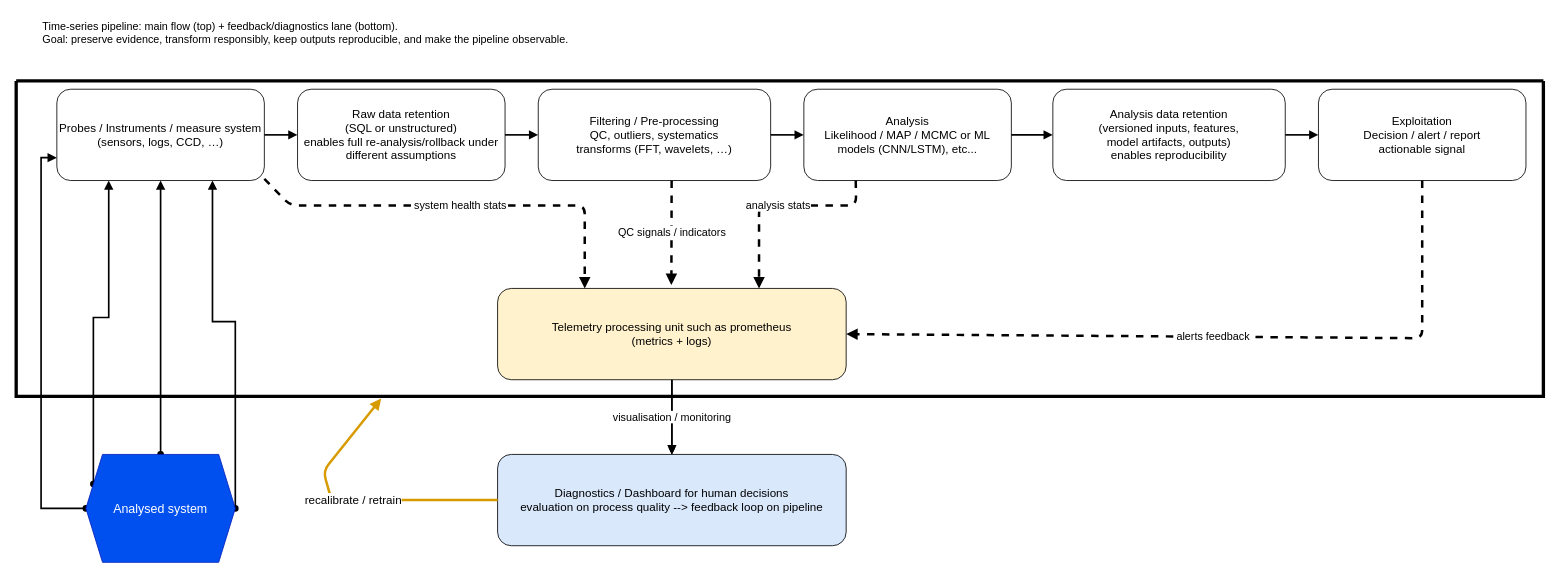
OthmanB/ressources keeps this draw.io diagram as Untitled Diagram.drawio. Above is the earlier version. Source tidied: cells renumbered, new cells numbered last; positions are measured from the earlier drawing's top-left corner, leaving out a move shared by most shapes. Both pictures are drawn from the tidied source at 83%, with x=0, y=0 at pixel (16, 14).
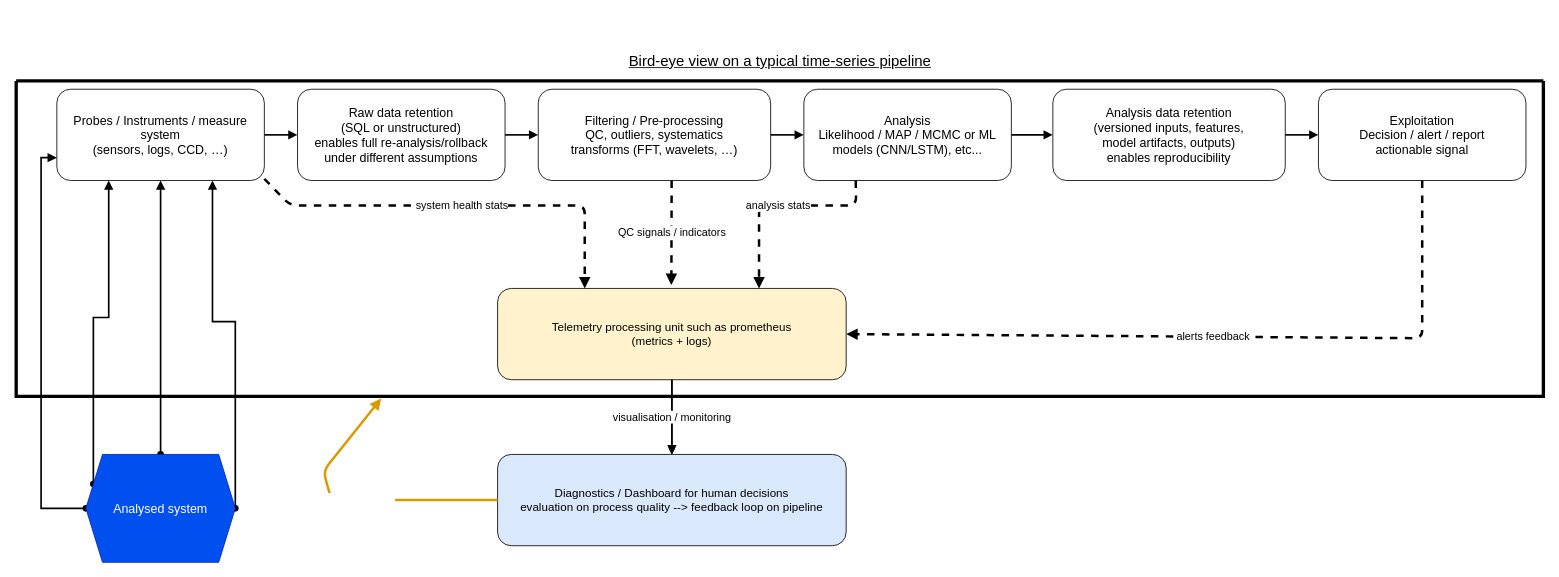
The same page after the edit.

Commit message:
Adjusted title and colors

The change refers to these unchanged cells:
```xml
<mxCell id="29" style="swimlane;startSize=0;strokeWidth=4;strokeColor=light-dark(#000000,#6666FF);" parent="1" vertex="1">
  <mxGeometry y="80" width="1840" height="380" as="geometry" />
</mxCell>
```

Diff of the diagram source:
```diff
@@
-    <mxCell id="6" value="&lt;font style=&quot;color: light-dark(rgb(0, 0, 0), rgb(0, 0, 0));&quot;&gt;Probes / Instruments / measure system&lt;br&gt;(sensors, logs, CCD, …)&lt;/font&gt;" style="rounded=1;whiteSpace=wrap;html=1;fillColor=light-dark(#FFFFFF,#C6C6C6);strokeColor=#000000;fontSize=14;" parent="1" vertex="1">
+    <mxCell id="6" value="&lt;font style=&quot;color: light-dark(rgb(0, 0, 0), rgb(0, 0, 0)); font-size: 15px;&quot;&gt;Probes / Instruments / measure system&lt;br&gt;(sensors, logs, CCD, …)&lt;/font&gt;" style="rounded=1;whiteSpace=wrap;html=1;fillColor=light-dark(#FFFFFF,#C6C6C6);strokeColor=light-dark(#000000,#000000);fontSize=14;" parent="1" vertex="1">
       <mxGeometry x="49" y="90" width="250" height="110" as="geometry" />
     </mxCell>
-    <mxCell id="7" value="&lt;font style=&quot;color: light-dark(rgb(0, 0, 0), rgb(0, 0, 0));&quot;&gt;Raw data retention&lt;br&gt;(SQL or unstructured)&lt;/font&gt;&lt;br&gt;&lt;font style=&quot;color: light-dark(rgb(0, 0, 0), rgb(255, 128, 0));&quot;&gt;enables full re-analysis/rollback under different assumptions&lt;/font&gt;" style="rounded=1;whiteSpace=wrap;html=1;fillColor=light-dark(#FFFFFF,#C6C6C6);strokeColor=light-dark(#000000,#000000);fontSize=14;" parent="1" vertex="1">
+    <mxCell id="7" value="&lt;font style=&quot;font-size: 15px;&quot;&gt;&lt;font style=&quot;color: light-dark(rgb(0, 0, 0), rgb(0, 0, 0));&quot;&gt;Raw data retention&lt;br&gt;(SQL or unstructured)&lt;/font&gt;&lt;br&gt;&lt;font style=&quot;color: light-dark(rgb(0, 0, 0), rgb(255, 128, 0));&quot;&gt;enables full re-analysis/rollback under different assumptions&lt;/font&gt;&lt;/font&gt;" style="rounded=1;whiteSpace=wrap;html=1;fillColor=light-dark(#FFFFFF,#C6C6C6);strokeColor=light-dark(#000000,#000000);fontSize=14;" parent="1" vertex="1">
       <mxGeometry x="339" y="90" width="250" height="110" as="geometry" />
     </mxCell>
-    <mxCell id="8" value="&lt;font style=&quot;color: light-dark(rgb(0, 0, 0), rgb(0, 0, 0));&quot;&gt;Filtering / Pre-processing&lt;br&gt;QC, outliers, systematics&lt;br&gt;transforms (FFT, wavelets, …)&lt;/font&gt;" style="rounded=1;whiteSpace=wrap;html=1;fillColor=light-dark(#FFFFFF,#C6C6C6);strokeColor=#000000;fontSize=14;" parent="1" vertex="1">
+    <mxCell id="8" value="&lt;font style=&quot;color: light-dark(rgb(0, 0, 0), rgb(0, 0, 0)); font-size: 15px;&quot;&gt;Filtering / Pre-processing&lt;br&gt;QC, outliers, systematics&lt;br&gt;transforms (FFT, wavelets, …)&lt;/font&gt;" style="rounded=1;whiteSpace=wrap;html=1;fillColor=light-dark(#FFFFFF,#C6C6C6);strokeColor=light-dark(#000000,#000000);fontSize=14;" parent="1" vertex="1">
       <mxGeometry x="629" y="90" width="280" height="110" as="geometry" />
     </mxCell>
-    <mxCell id="9" value="&lt;font style=&quot;color: light-dark(rgb(0, 0, 0), rgb(0, 0, 0));&quot;&gt;Analysis&lt;br&gt;Likelihood / MAP / MCMC or ML models (CNN/LSTM), etc...&lt;/font&gt;" style="rounded=1;whiteSpace=wrap;html=1;fillColor=light-dark(#FFFFFF,#C6C6C6);strokeColor=#000000;fontSize=14;" parent="1" vertex="1">
+    <mxCell id="9" value="&lt;font style=&quot;color: light-dark(rgb(0, 0, 0), rgb(0, 0, 0)); font-size: 15px;&quot;&gt;Analysis&lt;br&gt;Likelihood / MAP / MCMC or ML models (CNN/LSTM), etc...&lt;/font&gt;" style="rounded=1;whiteSpace=wrap;html=1;fillColor=light-dark(#FFFFFF,#C6C6C6);strokeColor=light-dark(#000000,#000000);fontSize=14;" parent="1" vertex="1">
       <mxGeometry x="949" y="90" width="250" height="110" as="geometry" />
     </mxCell>
-    <mxCell id="10" value="&lt;font style=&quot;color: light-dark(rgb(0, 0, 0), rgb(0, 0, 0));&quot;&gt;Analysis data retention&lt;br&gt;(versioned inputs, features,&lt;br&gt;model artifacts, outputs)&lt;/font&gt;&lt;br&gt;&lt;font style=&quot;color: light-dark(rgb(0, 0, 0), rgb(255, 128, 0));&quot;&gt;enables reproducibility&lt;/font&gt;" style="rounded=1;whiteSpace=wrap;html=1;fillColor=light-dark(#FFFFFF,#C6C6C6);strokeColor=#000000;fontSize=14;" parent="1" vertex="1">
+    <mxCell id="10" value="&lt;font style=&quot;font-size: 15px;&quot;&gt;&lt;font style=&quot;color: light-dark(rgb(0, 0, 0), rgb(0, 0, 0));&quot;&gt;Analysis data retention&lt;br&gt;(versioned inputs, features,&lt;br&gt;model artifacts, outputs)&lt;/font&gt;&lt;br&gt;&lt;font style=&quot;color: light-dark(rgb(0, 0, 0), rgb(255, 128, 0));&quot;&gt;enables reproducibility&lt;/font&gt;&lt;/font&gt;" style="rounded=1;whiteSpace=wrap;html=1;fillColor=light-dark(#FFFFFF,#C6C6C6);strokeColor=light-dark(#000000,#000000);fontSize=14;" parent="1" vertex="1">
       <mxGeometry x="1249" y="90" width="280" height="110" as="geometry" />
     </mxCell>
-    <mxCell id="11" value="&lt;font style=&quot;color: light-dark(rgb(0, 0, 0), rgb(0, 0, 0));&quot;&gt;Exploitation&lt;br&gt;Decision / alert / report&lt;br&gt;actionable signal&lt;/font&gt;" style="rounded=1;whiteSpace=wrap;html=1;fillColor=light-dark(#FFFFFF,#C6C6C6);strokeColor=light-dark(#000000,#000000);fontSize=14;" parent="1" vertex="1">
+    <mxCell id="11" value="&lt;font style=&quot;color: light-dark(rgb(0, 0, 0), rgb(0, 0, 0)); font-size: 15px;&quot;&gt;Exploitation&lt;br&gt;Decision / alert / report&lt;br&gt;actionable signal&lt;/font&gt;" style="rounded=1;whiteSpace=wrap;html=1;fillColor=light-dark(#FFFFFF,#C6C6C6);strokeColor=light-dark(#000000,#000000);fontSize=14;" parent="1" vertex="1">
       <mxGeometry x="1569" y="90" width="250" height="110" as="geometry" />
     </mxCell>
@@
-    <mxCell id="19" value="Telemetry processing unit such as prometheus&lt;br&gt;(metrics + logs)" style="rounded=1;whiteSpace=wrap;html=1;fillColor=#fff2cc;strokeColor=#000000;fontSize=14;" parent="1" vertex="1">
+    <mxCell id="19" value="Telemetry processing unit such as prometheus&lt;br&gt;(metrics + logs)" style="rounded=1;whiteSpace=wrap;html=1;fillColor=light-dark(#FFF2CC,#6666FF);strokeColor=light-dark(#000000,#000000);fontSize=14;" parent="1" vertex="1">
       <mxGeometry x="580" y="330" width="420" height="110" as="geometry" />
     </mxCell>
-    <mxCell id="20" value="Diagnostics / Dashboard for human decisions&lt;br&gt;evaluation on process quality --&amp;gt; feedback loop on pipeline" style="rounded=1;whiteSpace=wrap;html=1;fillColor=#dae8fc;strokeColor=#000000;fontSize=14;" parent="1" vertex="1">
+    <mxCell id="20" value="Diagnostics / Dashboard for human decisions&lt;br&gt;evaluation on process quality --&amp;gt; feedback loop on pipeline" style="rounded=1;whiteSpace=wrap;html=1;fillColor=light-dark(#DAE8FC,#9999FF);strokeColor=light-dark(#000000,#000000);fontSize=14;" parent="1" vertex="1">
       <mxGeometry x="580" y="530" width="420" height="110" as="geometry" />
     </mxCell>
-    <mxCell id="21" value="&lt;font style=&quot;font-size: 13px; color: light-dark(rgb(0, 0, 0), rgb(0, 255, 128));&quot;&gt;system health stats&lt;/font&gt;" style="dashed=1;endArrow=block;endFill=1;strokeWidth=3;html=1;entryX=0.25;entryY=0;entryDx=0;entryDy=0;fillColor=#0050ef;strokeColor=light-dark(#000000,#6666FF);" parent="1" edge="1" target="19">
-      <mxGeometry relative="1" as="geometry">
+    <mxCell id="21" value="&lt;font style=&quot;font-size: 13px; color: light-dark(rgb(0, 0, 0), rgb(0, 153, 0)); background-color: light-dark(rgb(255, 255, 255), rgb(255, 255, 255));&quot;&gt;system health stats&lt;/font&gt;" style="dashed=1;endArrow=block;endFill=1;strokeWidth=3;html=1;entryX=0.25;entryY=0;entryDx=0;entryDy=0;fillColor=#0050ef;strokeColor=light-dark(#000000,#6666FF);" parent="1" edge="1" target="19">
+      <mxGeometry x="0.01" relative="1" as="geometry">
         <mxPoint x="299" y="198" as="sourcePoint" />
         <Array as="points">
           <mxPoint x="330" y="230" />
           <mxPoint x="685" y="230" />
         </Array>
       </mxGeometry>
     </mxCell>
-    <mxCell id="22" value="&lt;font style=&quot;color: light-dark(rgb(0, 0, 0), rgb(0, 255, 128)); font-size: 13px;&quot;&gt;QC signals / indicators&lt;/font&gt;" style="dashed=1;endArrow=block;endFill=1;strokeWidth=3;html=1;fillColor=#0050ef;strokeColor=light-dark(#000000,#6666FF);exitX=0.25;exitY=1;exitDx=0;exitDy=0;" parent="1" edge="1">
+    <mxCell id="22" value="&lt;font style=&quot;font-size: 13px; background-color: light-dark(rgb(255, 255, 255), rgb(255, 255, 255)); color: light-dark(rgb(0, 0, 0), rgb(0, 153, 0));&quot;&gt;QC signals / indicators&lt;/font&gt;" style="dashed=1;endArrow=block;endFill=1;strokeWidth=3;html=1;fillColor=#0050ef;strokeColor=light-dark(#000000,#6666FF);exitX=0.25;exitY=1;exitDx=0;exitDy=0;" parent="1" edge="1">
       <mxGeometry x="-0.01" relative="1" as="geometry">
         <mxPoint x="789.7" y="200" as="sourcePoint" />
         <mxPoint x="789.4" y="326" as="targetPoint" />
       </mxGeometry>
     </mxCell>
-    <mxCell id="23" value="&lt;font style=&quot;color: light-dark(rgb(0, 0, 0), rgb(0, 255, 128)); font-size: 13px;&quot;&gt;analysis stats&lt;/font&gt;" style="dashed=1;endArrow=block;endFill=1;strokeWidth=3;html=1;exitX=0.25;exitY=1;exitDx=0;exitDy=0;entryX=0.75;entryY=0;entryDx=0;entryDy=0;strokeColor=light-dark(#000000,#6666FF);" parent="1" edge="1" source="9" target="19">
+    <mxCell id="23" value="&lt;font style=&quot;font-size: 13px; color: light-dark(rgb(0, 0, 0), rgb(0, 153, 0)); background-color: light-dark(rgb(255, 255, 255), rgb(255, 255, 255));&quot;&gt;analysis stats&lt;/font&gt;" style="dashed=1;endArrow=block;endFill=1;strokeWidth=3;html=1;exitX=0.25;exitY=1;exitDx=0;exitDy=0;entryX=0.75;entryY=0;entryDx=0;entryDy=0;strokeColor=light-dark(#000000,#6666FF);" parent="1" edge="1" source="9" target="19">
       <mxGeometry relative="1" as="geometry">
         <Array as="points">
           <mxPoint x="1012" y="230" />
           <mxPoint x="895" y="230" />
         </Array>
       </mxGeometry>
     </mxCell>
-    <mxCell id="24" value="&lt;font style=&quot;font-size: 13px; color: light-dark(rgb(0, 0, 0), rgb(0, 255, 128));&quot;&gt;alerts feedback&lt;/font&gt;" style="dashed=1;endArrow=block;endFill=1;strokeWidth=3;html=1;entryX=1;entryY=0.5;entryDx=0;entryDy=0;exitX=0.5;exitY=1;exitDx=0;exitDy=0;strokeColor=light-dark(#000000,#6666FF);" parent="1" edge="1" source="11" target="19">
+    <mxCell id="24" value="&lt;font style=&quot;font-size: 13px; color: light-dark(rgb(0, 0, 0), rgb(0, 153, 0)); background-color: light-dark(rgb(255, 255, 255), rgb(255, 255, 255));&quot;&gt;alerts feedback&lt;/font&gt;" style="dashed=1;endArrow=block;endFill=1;strokeWidth=3;html=1;entryX=1;entryY=0.5;entryDx=0;entryDy=0;exitX=0.5;exitY=1;exitDx=0;exitDy=0;strokeColor=light-dark(#000000,#6666FF);" parent="1" edge="1" source="11" target="19">
       <mxGeometry relative="1" as="geometry">
         <Array as="points">
           <mxPoint x="1694" y="390" />
         </Array>
       </mxGeometry>
     </mxCell>
-    <mxCell id="25" value="&lt;font style=&quot;font-size: 13px; color: light-dark(rgb(0, 0, 0), rgb(0, 255, 128));&quot;&gt;visualisation / monitoring&lt;/font&gt;" style="endArrow=block;endFill=1;strokeWidth=2;html=1;strokeColor=light-dark(#000000,#000000);" parent="1" edge="1" source="19" target="20">
+    <mxCell id="25" value="&lt;font style=&quot;font-size: 13px; color: light-dark(rgb(0, 0, 0), rgb(0, 153, 0)); background-color: light-dark(rgb(255, 255, 255), rgb(255, 255, 255));&quot;&gt;visualisation / monitoring&lt;/font&gt;" style="endArrow=block;endFill=1;strokeWidth=2;html=1;strokeColor=light-dark(#000000,#000000);" parent="1" edge="1" source="19" target="20">
       <mxGeometry x="-0.01" relative="1" as="geometry" />
     </mxCell>
-    <mxCell id="26" value="&lt;font style=&quot;color: light-dark(rgb(0, 0, 0), rgb(255, 51, 51)); font-size: 14px;&quot;&gt;recalibrate / retrain&lt;/font&gt;" style="strokeColor=light-dark(#D79B00,#CC0000);strokeWidth=3;endArrow=block;endFill=1;html=1;entryX=0.239;entryY=1.007;entryDx=0;entryDy=0;entryPerimeter=0;" parent="1" edge="1" target="29">
+    <mxCell id="26" value="&lt;font style=&quot;font-size: 14px; color: light-dark(rgb(255, 255, 255), rgb(204, 0, 0)); background-color: light-dark(rgb(255, 255, 255), rgb(255, 255, 255));&quot;&gt;adjust / optimise&lt;/font&gt;" style="strokeColor=light-dark(#D79B00,#CC0000);strokeWidth=3;endArrow=block;endFill=1;html=1;entryX=0.239;entryY=1.007;entryDx=0;entryDy=0;entryPerimeter=0;" parent="1" edge="1" target="29">
       <mxGeometry relative="1" as="geometry">
         <mxPoint x="580" y="585" as="sourcePoint" />
         <Array as="points">
           <mxPoint x="380" y="585" />
           <mxPoint x="370" y="550" />
         </Array>
       </mxGeometry>
     </mxCell>
-    <mxCell id="27" value="Time-series pipeline: main flow (top) + feedback/diagnostics lane (bottom).&#10;Goal: preserve evidence, transform responsibly, keep outputs reproducible, and make the pipeline observable." style="text;html=1;strokeColor=none;fillColor=none;fontSize=13;" parent="1" vertex="1">
-      <mxGeometry x="30" width="1500" height="60" as="geometry" />
-    </mxCell>
@@
+    <mxCell id="27" value="&lt;font style=&quot;color: light-dark(rgb(0, 0, 0), rgb(0, 0, 0)); font-size: 18px;&quot;&gt;&lt;u&gt;Bird-eye view on a typical t&lt;font style=&quot;&quot;&gt;ime-series pipeline&lt;/font&gt;&lt;/u&gt;&lt;/font&gt;" style="text;html=1;strokeColor=none;fillColor=none;fontSize=13;align=center;" parent="1" vertex="1">
+      <mxGeometry y="40" width="1840" height="60" as="geometry" />
+    </mxCell>
```
